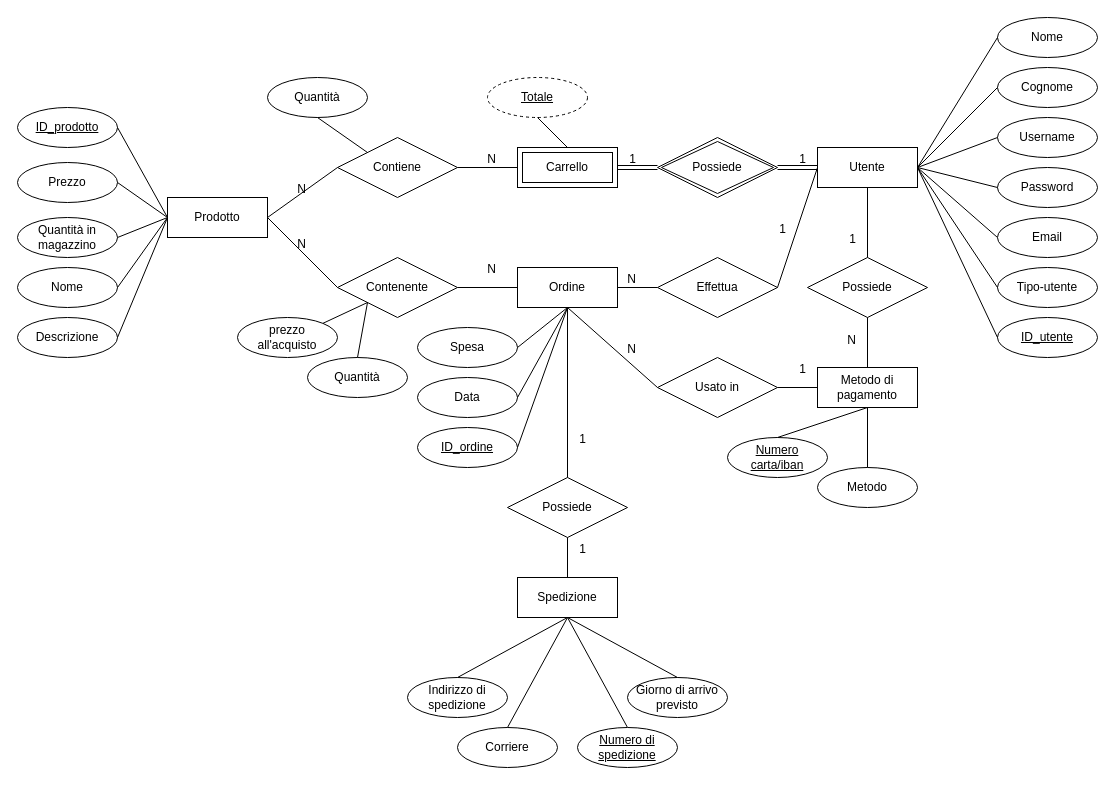
Earlier version of the draw.io diagram BD/GourmetSpices.drawio (superfra01/GourmetSpices). Source tidied: cells renumbered, new cells numbered last; positions are measured from the earlier drawing's top-left corner, leaving out a move shared by most shapes. Both pictures are drawn from the tidied source at 100%, with x=0, y=0 at pixel (17, 17).
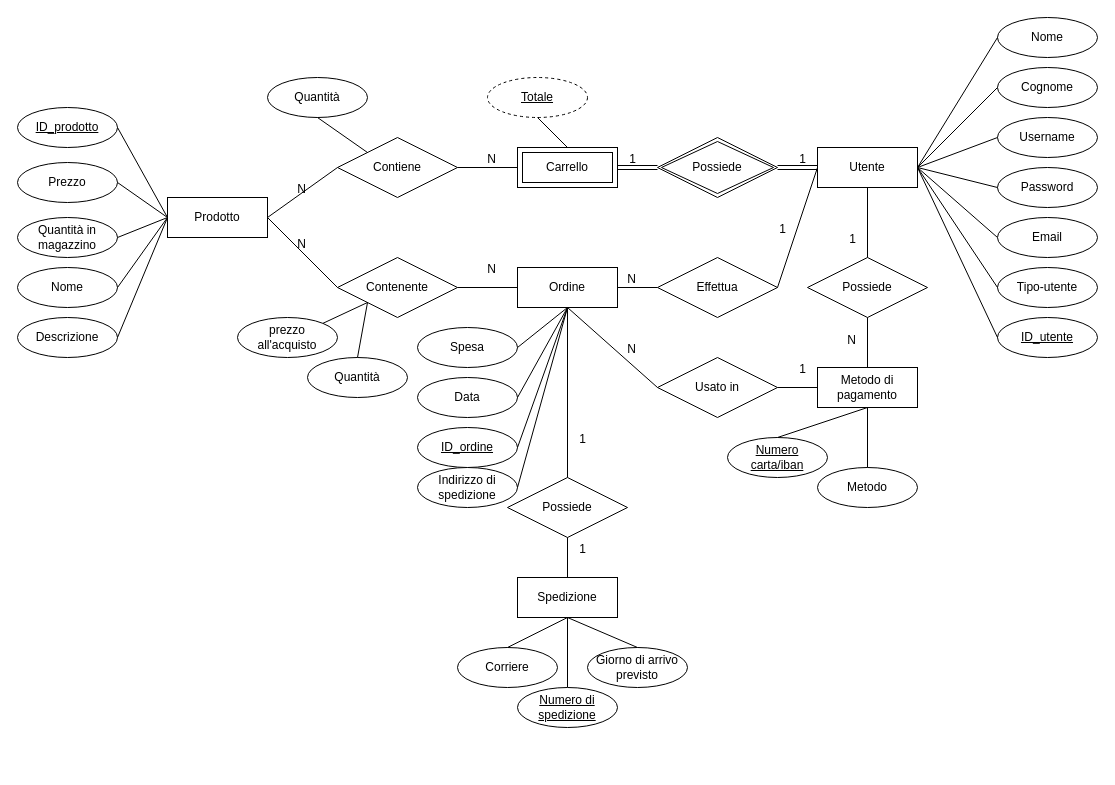
The same diagram, later.

Commit message (it also covers changes not shown here):
Correzione sintassi SQL

Unchanged cells that the change refers to:
```xml
<mxCell id="29" value="Ordine" style="whiteSpace=wrap;html=1;align=center;" parent="1" vertex="1">
  <mxGeometry x="500" y="250" width="100" height="40" as="geometry" />
</mxCell>
<mxCell id="68" value="Spedizione" style="whiteSpace=wrap;html=1;align=center;" parent="1" vertex="1">
  <mxGeometry x="500" y="560" width="100" height="40" as="geometry" />
</mxCell>
```

What changed in the source:
```diff
@@
     <mxCell id="62" value="Indirizzo di spedizione" style="ellipse;whiteSpace=wrap;html=1;align=center;" parent="1" vertex="1">
-      <mxGeometry x="390" y="660" width="100" height="40" as="geometry" />
+      <mxGeometry x="400" y="450" width="100" height="40" as="geometry" />
     </mxCell>
-    <mxCell id="63" style="endArrow=none;html=1;rounded=0;exitX=0.5;exitY=1;exitDx=0;exitDy=0;entryX=0.5;entryY=0;entryDx=0;entryDy=0;" parent="1" edge="1" source="68" target="62">
+    <mxCell id="63" style="endArrow=none;html=1;rounded=0;exitX=0.5;exitY=1;exitDx=0;exitDy=0;entryX=1;entryY=0.5;entryDx=0;entryDy=0;" parent="1" edge="1" source="29" target="62">
       <mxGeometry relative="1" as="geometry" />
     </mxCell>
@@
     <mxCell id="74" value="Corriere" style="ellipse;whiteSpace=wrap;html=1;align=center;" parent="1" vertex="1">
-      <mxGeometry x="440" y="710" width="100" height="40" as="geometry" />
+      <mxGeometry x="440" y="630" width="100" height="40" as="geometry" />
     </mxCell>
     <mxCell id="75" value="Giorno di arrivo previsto" style="ellipse;whiteSpace=wrap;html=1;align=center;" parent="1" vertex="1">
-      <mxGeometry x="610" y="660" width="100" height="40" as="geometry" />
+      <mxGeometry x="570" y="630" width="100" height="40" as="geometry" />
     </mxCell>
@@
     <mxCell id="89" value="Numero di spedizione" style="ellipse;whiteSpace=wrap;html=1;align=center;fontStyle=4;" parent="1" vertex="1">
-      <mxGeometry x="560" y="710" width="100" height="40" as="geometry" />
+      <mxGeometry x="500" y="670" width="100" height="40" as="geometry" />
     </mxCell>
```
